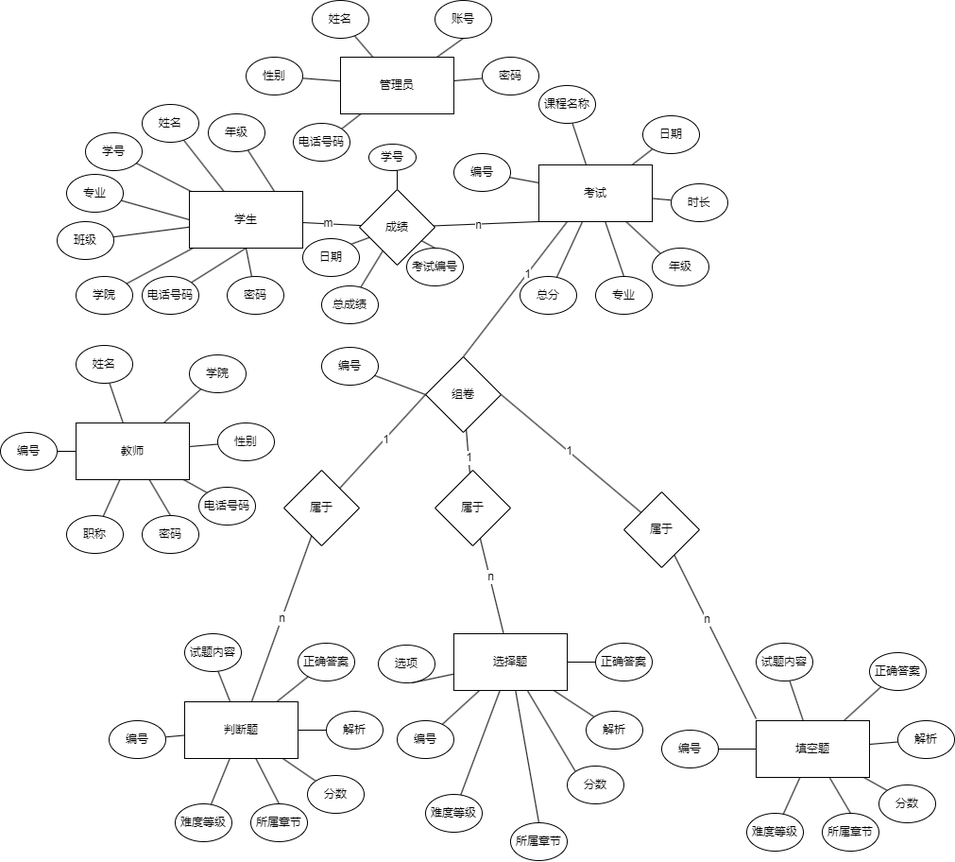
JackeyTower/pic-work keeps this draw.io diagram as 全局ER图.drawio.png. Above is the earlier version. Source tidied: cells renumbered, new cells last; positions are measured from the earlier drawing's top-left corner, leaving out a move shared by most shapes.
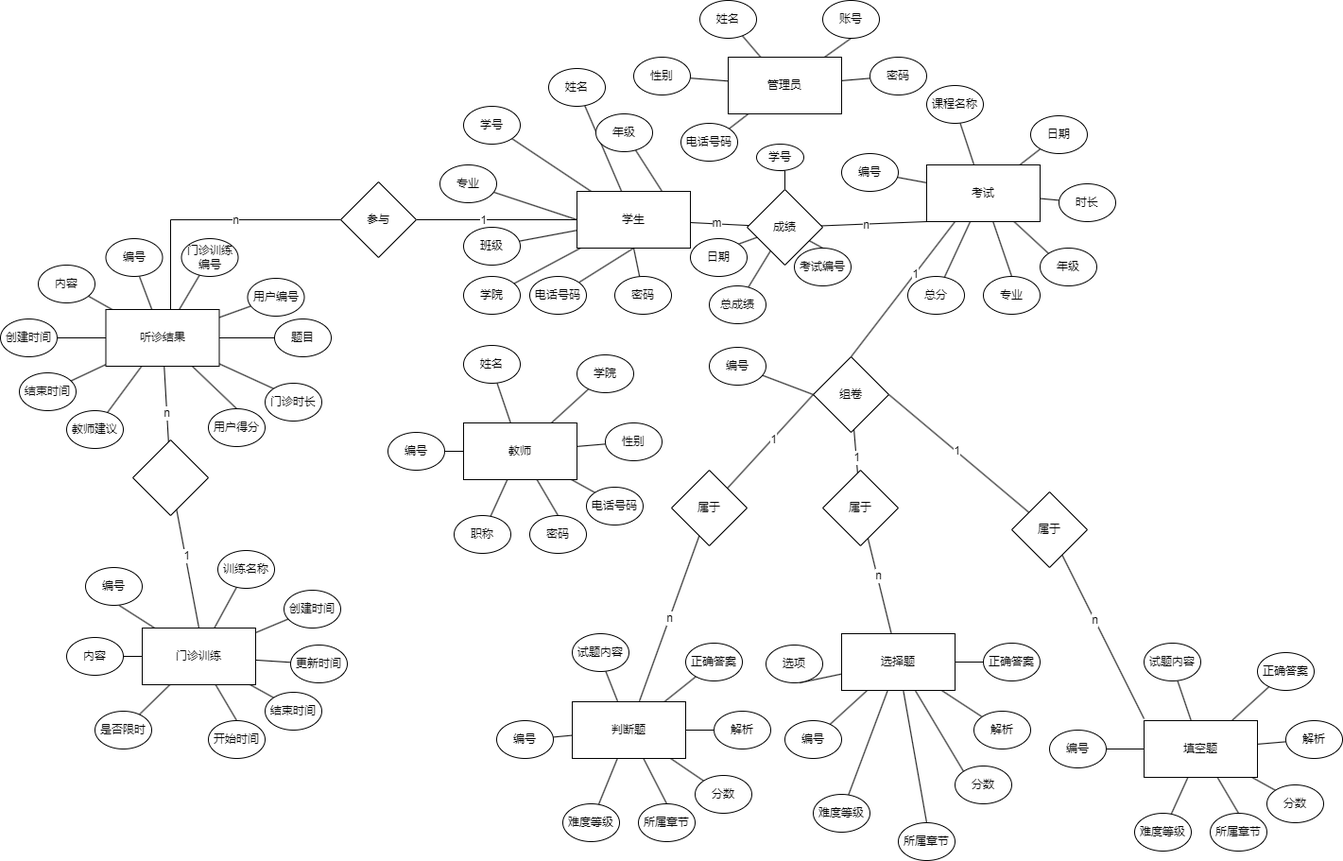
The same file after the commit.

Commit message:
更新全局ER图.drawio.png

Change to the diagram source:
```diff
@@ -32,6 +32,12 @@
     <mxCell id="11" style="rounded=0;jettySize=auto;html=1;endArrow=none;endFill=0;" parent="1" edge="1" source="12" target="38">
       <mxGeometry relative="1" as="geometry" />
     </mxCell>
+    <mxCell id="137" style="rounded=0;jettySize=auto;html=1;entryX=1;entryY=0.5;entryDx=0;entryDy=0;endArrow=none;endFill=0;" parent="1" edge="1" source="12" target="184">
+      <mxGeometry relative="1" as="geometry" />
+    </mxCell>
+    <mxCell id="138" value="1" style="edgeLabel;html=1;align=center;verticalAlign=middle;" parent="137" vertex="1">
+      <mxGeometry x="0.18" relative="1" as="geometry" />
+    </mxCell>
     <mxCell id="12" value="学生" style="rounded=0;whiteSpace=wrap;html=1;" parent="1" vertex="1">
       <mxGeometry x="200" y="202" width="120" height="60" as="geometry" />
     </mxCell>
@@ -110,10 +116,10 @@
       <mxGeometry x="380" y="200" width="80" height="80" as="geometry" />
     </mxCell>
     <mxCell id="37" value="学号" style="ellipse;whiteSpace=wrap;html=1;" parent="1" vertex="1">
-      <mxGeometry x="90" y="140" width="60" height="40" as="geometry" />
+      <mxGeometry x="80" y="112" width="60" height="40" as="geometry" />
     </mxCell>
     <mxCell id="38" value="姓名" style="ellipse;whiteSpace=wrap;html=1;" parent="1" vertex="1">
-      <mxGeometry x="150" y="110" width="60" height="40" as="geometry" />
+      <mxGeometry x="170" y="72" width="60" height="40" as="geometry" />
     </mxCell>
     <mxCell id="39" style="rounded=0;jettySize=auto;html=1;entryX=0.75;entryY=0;entryDx=0;entryDy=0;endArrow=none;endFill=0;" parent="1" edge="1" source="40" target="12">
       <mxGeometry relative="1" as="geometry" />
@@ -125,13 +131,13 @@
       <mxGeometry relative="1" as="geometry" />
     </mxCell>
     <mxCell id="42" value="专业" style="ellipse;whiteSpace=wrap;html=1;" parent="1" vertex="1">
-      <mxGeometry x="70" y="184" width="60" height="40" as="geometry" />
+      <mxGeometry x="55" y="174" width="60" height="40" as="geometry" />
     </mxCell>
     <mxCell id="43" style="rounded=0;jettySize=auto;html=1;endArrow=none;endFill=0;" parent="1" edge="1" source="44" target="12">
       <mxGeometry relative="1" as="geometry" />
     </mxCell>
     <mxCell id="44" value="班级" style="ellipse;whiteSpace=wrap;html=1;" parent="1" vertex="1">
-      <mxGeometry x="60" y="234" width="60" height="40" as="geometry" />
+      <mxGeometry x="80" y="240" width="60" height="40" as="geometry" />
     </mxCell>
     <mxCell id="45" style="rounded=0;jettySize=auto;html=1;endArrow=none;endFill=0;" parent="1" edge="1" source="46" target="12">
       <mxGeometry relative="1" as="geometry" />
@@ -409,5 +415,147 @@
     <mxCell id="136" value="难度等级" style="ellipse;whiteSpace=wrap;html=1;" parent="1" vertex="1">
       <mxGeometry x="790" y="860" width="60" height="40" as="geometry" />
     </mxCell>
+    <mxCell id="139" style="rounded=0;jettySize=auto;html=1;endArrow=none;endFill=0;entryX=0.592;entryY=1;entryDx=0;entryDy=0;entryPerimeter=0;" parent="1" edge="1" source="147" target="149">
+      <mxGeometry relative="1" as="geometry" />
+    </mxCell>
+    <mxCell id="140" style="rounded=0;jettySize=auto;html=1;endArrow=none;endFill=0;" parent="1" edge="1" source="147" target="148">
+      <mxGeometry relative="1" as="geometry" />
+    </mxCell>
+    <mxCell id="141" style="rounded=0;jettySize=auto;html=1;endArrow=none;endFill=0;" parent="1" edge="1" source="147" target="150">
+      <mxGeometry relative="1" as="geometry" />
+    </mxCell>
+    <mxCell id="142" style="rounded=0;jettySize=auto;html=1;endArrow=none;endFill=0;" parent="1" edge="1" source="147" target="153">
+      <mxGeometry relative="1" as="geometry" />
+    </mxCell>
+    <mxCell id="143" style="rounded=0;jettySize=auto;html=1;entryX=0.5;entryY=0;entryDx=0;entryDy=0;endArrow=none;endFill=0;" parent="1" edge="1" source="147" target="152">
+      <mxGeometry relative="1" as="geometry" />
+    </mxCell>
+    <mxCell id="144" style="rounded=0;jettySize=auto;html=1;entryX=0;entryY=0;entryDx=0;entryDy=0;endArrow=none;endFill=0;" parent="1" edge="1" source="147" target="151">
+      <mxGeometry relative="1" as="geometry" />
+    </mxCell>
+    <mxCell id="145" style="rounded=0;jettySize=auto;html=1;endArrow=none;endFill=0;" parent="1" edge="1" source="147" target="154">
+      <mxGeometry relative="1" as="geometry" />
+    </mxCell>
+    <mxCell id="146" style="rounded=0;jettySize=auto;html=1;endArrow=none;endFill=0;" parent="1" edge="1" source="147" target="155">
+      <mxGeometry relative="1" as="geometry" />
+    </mxCell>
+    <mxCell id="147" value="门诊训练" style="rounded=0;whiteSpace=wrap;html=1;" parent="1" vertex="1">
+      <mxGeometry x="-260" y="664" width="120" height="60" as="geometry" />
+    </mxCell>
+    <mxCell id="148" value="训练名称" style="ellipse;whiteSpace=wrap;html=1;" parent="1" vertex="1">
+      <mxGeometry x="-180" y="582" width="60" height="40" as="geometry" />
+    </mxCell>
+    <mxCell id="149" value="编号" style="ellipse;whiteSpace=wrap;html=1;" parent="1" vertex="1">
+      <mxGeometry x="-320" y="600" width="60" height="40" as="geometry" />
+    </mxCell>
+    <mxCell id="150" value="内容" style="ellipse;whiteSpace=wrap;html=1;" parent="1" vertex="1">
+      <mxGeometry x="-340" y="674" width="60" height="40" as="geometry" />
+    </mxCell>
+    <mxCell id="151" value="结束时间" style="ellipse;whiteSpace=wrap;html=1;" parent="1" vertex="1">
+      <mxGeometry x="-130" y="732" width="60" height="40" as="geometry" />
+    </mxCell>
+    <mxCell id="152" value="开始时间" style="ellipse;whiteSpace=wrap;html=1;" parent="1" vertex="1">
+      <mxGeometry x="-190" y="762" width="60" height="40" as="geometry" />
+    </mxCell>
+    <mxCell id="153" value="是否限时" style="ellipse;whiteSpace=wrap;html=1;" parent="1" vertex="1">
+      <mxGeometry x="-310" y="752" width="60" height="40" as="geometry" />
+    </mxCell>
+    <mxCell id="154" value="创建时间" style="ellipse;whiteSpace=wrap;html=1;" parent="1" vertex="1">
+      <mxGeometry x="-110" y="624" width="60" height="40" as="geometry" />
+    </mxCell>
+    <mxCell id="155" value="更新时间" style="ellipse;whiteSpace=wrap;html=1;" parent="1" vertex="1">
+      <mxGeometry x="-103" y="682" width="60" height="40" as="geometry" />
+    </mxCell>
+    <mxCell id="156" style="rounded=0;jettySize=auto;html=1;endArrow=none;endFill=0;entryX=0.592;entryY=1;entryDx=0;entryDy=0;entryPerimeter=0;" parent="1" edge="1" source="168" target="170">
+      <mxGeometry relative="1" as="geometry" />
+    </mxCell>
+    <mxCell id="157" style="rounded=0;jettySize=auto;html=1;endArrow=none;endFill=0;" parent="1" edge="1" source="168" target="169">
+      <mxGeometry relative="1" as="geometry" />
+    </mxCell>
+    <mxCell id="158" style="rounded=0;jettySize=auto;html=1;endArrow=none;endFill=0;" parent="1" edge="1" source="168" target="171">
+      <mxGeometry relative="1" as="geometry" />
+    </mxCell>
+    <mxCell id="159" style="rounded=0;jettySize=auto;html=1;endArrow=none;endFill=0;" parent="1" edge="1" source="168" target="174">
+      <mxGeometry relative="1" as="geometry" />
+    </mxCell>
+    <mxCell id="160" style="rounded=0;jettySize=auto;html=1;entryX=0.5;entryY=0;entryDx=0;entryDy=0;endArrow=none;endFill=0;" parent="1" edge="1" source="168" target="173">
+      <mxGeometry relative="1" as="geometry" />
+    </mxCell>
+    <mxCell id="161" style="rounded=0;jettySize=auto;html=1;entryX=0;entryY=0;entryDx=0;entryDy=0;endArrow=none;endFill=0;" parent="1" edge="1" source="168" target="172">
+      <mxGeometry relative="1" as="geometry" />
+    </mxCell>
+    <mxCell id="162" style="rounded=0;jettySize=auto;html=1;endArrow=none;endFill=0;" parent="1" edge="1" source="168" target="175">
+      <mxGeometry relative="1" as="geometry" />
+    </mxCell>
+    <mxCell id="163" style="rounded=0;jettySize=auto;html=1;endArrow=none;endFill=0;" parent="1" edge="1" source="168" target="176">
+      <mxGeometry relative="1" as="geometry" />
+    </mxCell>
+    <mxCell id="164" style="rounded=0;jettySize=auto;html=1;endArrow=none;endFill=0;" parent="1" edge="1" source="168" target="177">
+      <mxGeometry relative="1" as="geometry" />
+    </mxCell>
+    <mxCell id="165" style="rounded=0;jettySize=auto;html=1;endArrow=none;endFill=0;" parent="1" edge="1" source="168" target="178">
+      <mxGeometry relative="1" as="geometry" />
+    </mxCell>
+    <mxCell id="166" style="rounded=0;jettySize=auto;html=1;endArrow=none;endFill=0;" parent="1" edge="1" source="168" target="181">
+      <mxGeometry relative="1" as="geometry" />
+    </mxCell>
+    <mxCell id="167" value="n" style="edgeLabel;html=1;align=center;verticalAlign=middle;" parent="166" vertex="1">
+      <mxGeometry x="0.24" y="-1" relative="1" as="geometry" />
+    </mxCell>
+    <mxCell id="168" value="听诊结果" style="rounded=0;whiteSpace=wrap;html=1;" parent="1" vertex="1">
+      <mxGeometry x="-298.5" y="327" width="120" height="60" as="geometry" />
+    </mxCell>
+    <mxCell id="169" value="门诊训练编号" style="ellipse;whiteSpace=wrap;html=1;" parent="1" vertex="1">
+      <mxGeometry x="-218.5" y="252" width="60" height="40" as="geometry" />
+    </mxCell>
+    <mxCell id="170" value="编号" style="ellipse;whiteSpace=wrap;html=1;" parent="1" vertex="1">
+      <mxGeometry x="-298.5" y="252" width="60" height="40" as="geometry" />
+    </mxCell>
+    <mxCell id="171" value="内容" style="ellipse;whiteSpace=wrap;html=1;" parent="1" vertex="1">
+      <mxGeometry x="-370" y="280" width="60" height="40" as="geometry" />
+    </mxCell>
+    <mxCell id="172" value="门诊时长" style="ellipse;whiteSpace=wrap;html=1;" parent="1" vertex="1">
+      <mxGeometry x="-130" y="405" width="60" height="40" as="geometry" />
+    </mxCell>
+    <mxCell id="173" value="用户得分" style="ellipse;whiteSpace=wrap;html=1;" parent="1" vertex="1">
+      <mxGeometry x="-190" y="432" width="60" height="40" as="geometry" />
+    </mxCell>
+    <mxCell id="174" value="教师建议" style="ellipse;whiteSpace=wrap;html=1;" parent="1" vertex="1">
+      <mxGeometry x="-340" y="434" width="60" height="40" as="geometry" />
+    </mxCell>
+    <mxCell id="175" value="用户编号" style="ellipse;whiteSpace=wrap;html=1;" parent="1" vertex="1">
+      <mxGeometry x="-148.5" y="294" width="60" height="40" as="geometry" />
+    </mxCell>
+    <mxCell id="176" value="题目" style="ellipse;whiteSpace=wrap;html=1;" parent="1" vertex="1">
+      <mxGeometry x="-120" y="337" width="60" height="40" as="geometry" />
+    </mxCell>
+    <mxCell id="177" value="创建时间" style="ellipse;whiteSpace=wrap;html=1;" parent="1" vertex="1">
+      <mxGeometry x="-410" y="337" width="60" height="40" as="geometry" />
+    </mxCell>
+    <mxCell id="178" value="结束时间" style="ellipse;whiteSpace=wrap;html=1;" parent="1" vertex="1">
+      <mxGeometry x="-390" y="394" width="60" height="40" as="geometry" />
+    </mxCell>
+    <mxCell id="179" style="rounded=0;jettySize=auto;html=1;entryX=0.5;entryY=0;entryDx=0;entryDy=0;endArrow=none;endFill=0;" parent="1" edge="1" source="181" target="147">
+      <mxGeometry relative="1" as="geometry" />
+    </mxCell>
+    <mxCell id="180" value="1" style="edgeLabel;html=1;align=center;verticalAlign=middle;" parent="179" vertex="1">
+      <mxGeometry x="-0.22" y="1" relative="1" as="geometry" />
+    </mxCell>
+    <mxCell id="181" style="rhombus;whiteSpace=wrap;html=1;" parent="1" vertex="1">
+      <mxGeometry x="-270" y="465" width="80" height="80" as="geometry" />
+    </mxCell>
+    <mxCell id="182" style="edgeStyle=orthogonalEdgeStyle;rounded=0;jettySize=auto;html=1;endArrow=none;endFill=0;" parent="1" edge="1" source="184" target="168">
+      <mxGeometry relative="1" as="geometry">
+        <Array as="points">
+          <mxPoint x="-230" y="232" />
+        </Array>
+      </mxGeometry>
+    </mxCell>
+    <mxCell id="183" value="n" style="edgeLabel;html=1;align=center;verticalAlign=middle;" parent="182" vertex="1">
+      <mxGeometry x="-0.19" relative="1" as="geometry" />
+    </mxCell>
+    <mxCell id="184" value="参与" style="rhombus;whiteSpace=wrap;html=1;" parent="1" vertex="1">
+      <mxGeometry x="-50" y="192" width="80" height="80" as="geometry" />
+    </mxCell>
   </root>
 </mxGraphModel>
```
